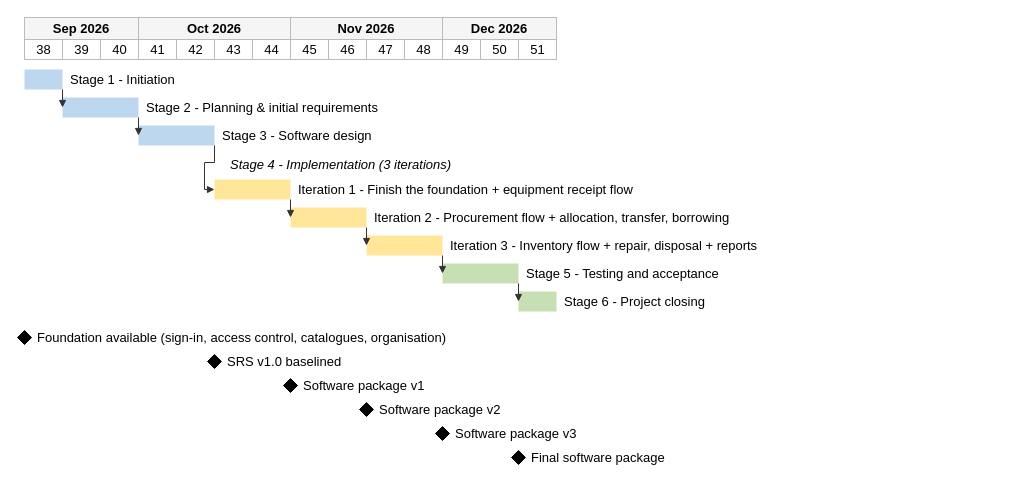
Earlier version of the draw.io diagram docs/ENG/diagram/Report 2/Project schedule.drawio (LuuDong2004/SEP490_G123_SFEMS). Source tidied: cells renumbered, new cells numbered last; positions are measured from the earlier drawing's top-left corner, leaving out a move shared by most shapes. Both pictures are drawn from the tidied source at 100%, with x=0, y=0 at pixel (17, 17).
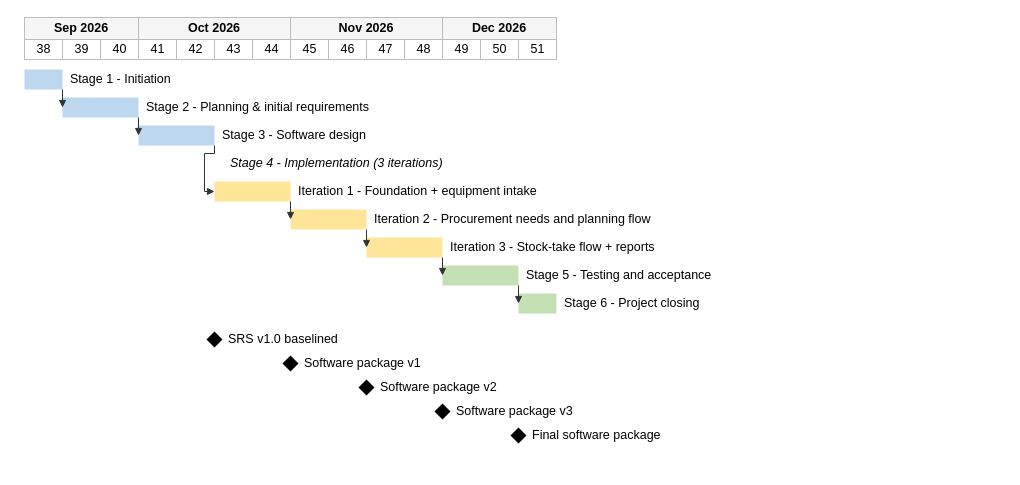
The same page after the edit.

The change refers to these unchanged cells:
```xml
<mxCell id="20" style="rounded=0;fillColor=#BDD7EE;strokeColor=none;" parent="1" vertex="1">
  <mxGeometry x="7" y="52" width="38" height="20" as="geometry" />
</mxCell>
<mxCell id="22" style="rounded=0;fillColor=#BDD7EE;strokeColor=none;" parent="1" vertex="1">
  <mxGeometry x="45" y="80" width="76" height="20" as="geometry" />
</mxCell>
<mxCell id="25" style="rounded=0;fillColor=#BDD7EE;strokeColor=none;" parent="1" vertex="1">
  <mxGeometry x="121" y="108" width="76" height="20" as="geometry" />
</mxCell>
```

Diff of the diagram source:
```diff
@@
-    <mxCell id="2" value="Sep 2026" style="rounded=0;whiteSpace=wrap;fillColor=#F5F5F5;strokeColor=#BBBBBB;fontStyle=1;fontFamily=Arial;fontSize=13;html=1;" parent="1" vertex="1">
+    <mxCell id="2" value="Sep 2026" style="rounded=0;whiteSpace=wrap;fillColor=#F5F5F5;strokeColor=#BDBDBD;fontStyle=1;fontFamily=Arial;fontSize=12.5;html=1;" parent="1" vertex="1">
       <mxGeometry x="7" width="114" height="22" as="geometry" />
     </mxCell>
-    <mxCell id="3" value="Oct 2026" style="rounded=0;whiteSpace=wrap;fillColor=#F5F5F5;strokeColor=#BBBBBB;fontStyle=1;fontFamily=Arial;fontSize=13;html=1;" parent="1" vertex="1">
+    <mxCell id="3" value="Oct 2026" style="rounded=0;whiteSpace=wrap;fillColor=#F5F5F5;strokeColor=#BDBDBD;fontStyle=1;fontFamily=Arial;fontSize=12.5;html=1;" parent="1" vertex="1">
       <mxGeometry x="121" width="152" height="22" as="geometry" />
     </mxCell>
-    <mxCell id="4" value="Nov 2026" style="rounded=0;whiteSpace=wrap;fillColor=#F5F5F5;strokeColor=#BBBBBB;fontStyle=1;fontFamily=Arial;fontSize=13;html=1;" parent="1" vertex="1">
+    <mxCell id="4" value="Nov 2026" style="rounded=0;whiteSpace=wrap;fillColor=#F5F5F5;strokeColor=#BDBDBD;fontStyle=1;fontFamily=Arial;fontSize=12.5;html=1;" parent="1" vertex="1">
       <mxGeometry x="273" width="152" height="22" as="geometry" />
     </mxCell>
-    <mxCell id="5" value="Dec 2026" style="rounded=0;whiteSpace=wrap;fillColor=#F5F5F5;strokeColor=#BBBBBB;fontStyle=1;fontFamily=Arial;fontSize=13;html=1;" parent="1" vertex="1">
+    <mxCell id="5" value="Dec 2026" style="rounded=0;whiteSpace=wrap;fillColor=#F5F5F5;strokeColor=#BDBDBD;fontStyle=1;fontFamily=Arial;fontSize=12.5;html=1;" parent="1" vertex="1">
       <mxGeometry x="425" width="114" height="22" as="geometry" />
     </mxCell>
-    <mxCell id="6" value="38" style="rounded=0;fillColor=#FFFFFF;strokeColor=#BBBBBB;fontFamily=Arial;fontSize=13;html=1;" parent="1" vertex="1">
+    <mxCell id="6" value="38" style="rounded=0;fillColor=#FFFFFF;strokeColor=#BDBDBD;fontFamily=Arial;fontSize=12.5;html=1;" parent="1" vertex="1">
       <mxGeometry x="7" y="22" width="38" height="20" as="geometry" />
     </mxCell>
-    <mxCell id="7" value="39" style="rounded=0;fillColor=#FFFFFF;strokeColor=#BBBBBB;fontFamily=Arial;fontSize=13;html=1;" parent="1" vertex="1">
+    <mxCell id="7" value="39" style="rounded=0;fillColor=#FFFFFF;strokeColor=#BDBDBD;fontFamily=Arial;fontSize=12.5;html=1;" parent="1" vertex="1">
       <mxGeometry x="45" y="22" width="38" height="20" as="geometry" />
     </mxCell>
-    <mxCell id="8" value="40" style="rounded=0;fillColor=#FFFFFF;strokeColor=#BBBBBB;fontFamily=Arial;fontSize=13;html=1;" parent="1" vertex="1">
+    <mxCell id="8" value="40" style="rounded=0;fillColor=#FFFFFF;strokeColor=#BDBDBD;fontFamily=Arial;fontSize=12.5;html=1;" parent="1" vertex="1">
       <mxGeometry x="83" y="22" width="38" height="20" as="geometry" />
     </mxCell>
-    <mxCell id="9" value="41" style="rounded=0;fillColor=#FFFFFF;strokeColor=#BBBBBB;fontFamily=Arial;fontSize=13;html=1;" parent="1" vertex="1">
+    <mxCell id="9" value="41" style="rounded=0;fillColor=#FFFFFF;strokeColor=#BDBDBD;fontFamily=Arial;fontSize=12.5;html=1;" parent="1" vertex="1">
       <mxGeometry x="121" y="22" width="38" height="20" as="geometry" />
     </mxCell>
-    <mxCell id="10" value="42" style="rounded=0;fillColor=#FFFFFF;strokeColor=#BBBBBB;fontFamily=Arial;fontSize=13;html=1;" parent="1" vertex="1">
+    <mxCell id="10" value="42" style="rounded=0;fillColor=#FFFFFF;strokeColor=#BDBDBD;fontFamily=Arial;fontSize=12.5;html=1;" parent="1" vertex="1">
       <mxGeometry x="159" y="22" width="38" height="20" as="geometry" />
     </mxCell>
-    <mxCell id="11" value="43" style="rounded=0;fillColor=#FFFFFF;strokeColor=#BBBBBB;fontFamily=Arial;fontSize=13;html=1;" parent="1" vertex="1">
+    <mxCell id="11" value="43" style="rounded=0;fillColor=#FFFFFF;strokeColor=#BDBDBD;fontFamily=Arial;fontSize=12.5;html=1;" parent="1" vertex="1">
       <mxGeometry x="197" y="22" width="38" height="20" as="geometry" />
     </mxCell>
-    <mxCell id="12" value="44" style="rounded=0;fillColor=#FFFFFF;strokeColor=#BBBBBB;fontFamily=Arial;fontSize=13;html=1;" parent="1" vertex="1">
+    <mxCell id="12" value="44" style="rounded=0;fillColor=#FFFFFF;strokeColor=#BDBDBD;fontFamily=Arial;fontSize=12.5;html=1;" parent="1" vertex="1">
       <mxGeometry x="235" y="22" width="38" height="20" as="geometry" />
     </mxCell>
-    <mxCell id="13" value="45" style="rounded=0;fillColor=#FFFFFF;strokeColor=#BBBBBB;fontFamily=Arial;fontSize=13;html=1;" parent="1" vertex="1">
+    <mxCell id="13" value="45" style="rounded=0;fillColor=#FFFFFF;strokeColor=#BDBDBD;fontFamily=Arial;fontSize=12.5;html=1;" parent="1" vertex="1">
       <mxGeometry x="273" y="22" width="38" height="20" as="geometry" />
     </mxCell>
-    <mxCell id="14" value="46" style="rounded=0;fillColor=#FFFFFF;strokeColor=#BBBBBB;fontFamily=Arial;fontSize=13;html=1;" parent="1" vertex="1">
+    <mxCell id="14" value="46" style="rounded=0;fillColor=#FFFFFF;strokeColor=#BDBDBD;fontFamily=Arial;fontSize=12.5;html=1;" parent="1" vertex="1">
       <mxGeometry x="311" y="22" width="38" height="20" as="geometry" />
     </mxCell>
-    <mxCell id="15" value="47" style="rounded=0;fillColor=#FFFFFF;strokeColor=#BBBBBB;fontFamily=Arial;fontSize=13;html=1;" parent="1" vertex="1">
+    <mxCell id="15" value="47" style="rounded=0;fillColor=#FFFFFF;strokeColor=#BDBDBD;fontFamily=Arial;fontSize=12.5;html=1;" parent="1" vertex="1">
       <mxGeometry x="349" y="22" width="38" height="20" as="geometry" />
     </mxCell>
-    <mxCell id="16" value="48" style="rounded=0;fillColor=#FFFFFF;strokeColor=#BBBBBB;fontFamily=Arial;fontSize=13;html=1;" parent="1" vertex="1">
+    <mxCell id="16" value="48" style="rounded=0;fillColor=#FFFFFF;strokeColor=#BDBDBD;fontFamily=Arial;fontSize=12.5;html=1;" parent="1" vertex="1">
       <mxGeometry x="387" y="22" width="38" height="20" as="geometry" />
     </mxCell>
-    <mxCell id="17" value="49" style="rounded=0;fillColor=#FFFFFF;strokeColor=#BBBBBB;fontFamily=Arial;fontSize=13;html=1;" parent="1" vertex="1">
+    <mxCell id="17" value="49" style="rounded=0;fillColor=#FFFFFF;strokeColor=#BDBDBD;fontFamily=Arial;fontSize=12.5;html=1;" parent="1" vertex="1">
       <mxGeometry x="425" y="22" width="38" height="20" as="geometry" />
     </mxCell>
-    <mxCell id="18" value="50" style="rounded=0;fillColor=#FFFFFF;strokeColor=#BBBBBB;fontFamily=Arial;fontSize=13;html=1;" parent="1" vertex="1">
+    <mxCell id="18" value="50" style="rounded=0;fillColor=#FFFFFF;strokeColor=#BDBDBD;fontFamily=Arial;fontSize=12.5;html=1;" parent="1" vertex="1">
       <mxGeometry x="463" y="22" width="38" height="20" as="geometry" />
     </mxCell>
-    <mxCell id="19" value="51" style="rounded=0;fillColor=#FFFFFF;strokeColor=#BBBBBB;fontFamily=Arial;fontSize=13;html=1;" parent="1" vertex="1">
+    <mxCell id="19" value="51" style="rounded=0;fillColor=#FFFFFF;strokeColor=#BDBDBD;fontFamily=Arial;fontSize=12.5;html=1;" parent="1" vertex="1">
       <mxGeometry x="501" y="22" width="38" height="20" as="geometry" />
     </mxCell>
@@
-    <mxCell id="21" value="Stage 1 - Initiation" style="text;align=left;verticalAlign=middle;fontFamily=Arial;fontSize=13;html=1;" parent="1" vertex="1">
-      <mxGeometry x="51" y="52" width="420" height="20" as="geometry" />
+    <mxCell id="21" value="Stage 1 - Initiation" style="text;align=left;verticalAlign=middle;spacingLeft=0;fontFamily=Arial;fontSize=12.5;html=1;" parent="1" vertex="1">
+      <mxGeometry x="51" y="52" width="440" height="20" as="geometry" />
     </mxCell>
@@
-    <mxCell id="23" value="Stage 2 - Planning &amp; initial requirements" style="text;align=left;verticalAlign=middle;fontFamily=Arial;fontSize=13;html=1;" parent="1" vertex="1">
-      <mxGeometry x="127" y="80" width="420" height="20" as="geometry" />
+    <mxCell id="23" value="Stage 2 - Planning &amp; initial requirements" style="text;align=left;verticalAlign=middle;spacingLeft=0;fontFamily=Arial;fontSize=12.5;html=1;" parent="1" vertex="1">
+      <mxGeometry x="127" y="80" width="440" height="20" as="geometry" />
     </mxCell>
-    <mxCell id="24" style="edgeStyle=orthogonalEdgeStyle;rounded=0;endArrow=block;endSize=5;strokeColor=#333333;exitX=1;exitY=1;entryX=0;entryY=0.5;" parent="1" edge="1" source="20" target="22">
+    <mxCell id="24" style="edgeStyle=orthogonalEdgeStyle;rounded=0;endArrow=block;endFill=1;endSize=5;strokeColor=#333333;exitX=1;exitY=1;exitDx=0;exitDy=0;entryX=0;entryY=0.5;entryDx=0;entryDy=0;" parent="1" edge="1" source="20" target="22">
       <mxGeometry relative="1" as="geometry" />
     </mxCell>
@@
-    <mxCell id="26" value="Stage 3 - Software design" style="text;align=left;verticalAlign=middle;fontFamily=Arial;fontSize=13;html=1;" parent="1" vertex="1">
-      <mxGeometry x="203" y="108" width="420" height="20" as="geometry" />
+    <mxCell id="26" value="Stage 3 - Software design" style="text;align=left;verticalAlign=middle;spacingLeft=0;fontFamily=Arial;fontSize=12.5;html=1;" parent="1" vertex="1">
+      <mxGeometry x="203" y="108" width="440" height="20" as="geometry" />
     </mxCell>
-    <mxCell id="27" style="edgeStyle=orthogonalEdgeStyle;rounded=0;endArrow=block;endSize=5;strokeColor=#333333;exitX=1;exitY=1;entryX=0;entryY=0.5;" parent="1" edge="1" source="22" target="25">
+    <mxCell id="27" style="edgeStyle=orthogonalEdgeStyle;rounded=0;endArrow=block;endFill=1;endSize=5;strokeColor=#333333;exitX=1;exitY=1;exitDx=0;exitDy=0;entryX=0;entryY=0.5;entryDx=0;entryDy=0;" parent="1" edge="1" source="22" target="25">
       <mxGeometry relative="1" as="geometry" />
     </mxCell>
-    <mxCell id="28" value="Stage 4 - Implementation (3 iterations)" style="text;align=left;verticalAlign=middle;fontFamily=Arial;fontSize=13;html=1;fontStyle=2;" parent="1" vertex="1">
-      <mxGeometry x="211" y="136" width="300" height="22" as="geometry" />
-    </mxCell>
-    <mxCell id="29" style="rounded=0;fillColor=#FFE699;strokeColor=none;" parent="1" vertex="1">
-      <mxGeometry x="197" y="162" width="76" height="20" as="geometry" />
+    <mxCell id="29" style="rounded=0;fillColor=#FFE599;strokeColor=none;" parent="1" vertex="1">
+      <mxGeometry x="197" y="164" width="76" height="20" as="geometry" />
     </mxCell>
-    <mxCell id="30" value="Iteration 1 - Finish the foundation + equipment receipt flow" style="text;align=left;verticalAlign=middle;fontFamily=Arial;fontSize=13;html=1;" parent="1" vertex="1">
-      <mxGeometry x="279" y="162" width="420" height="20" as="geometry" />
+    <mxCell id="30" value="Iteration 1 - Foundation + equipment intake" style="text;align=left;verticalAlign=middle;spacingLeft=0;fontFamily=Arial;fontSize=12.5;html=1;" parent="1" vertex="1">
+      <mxGeometry x="279" y="164" width="440" height="20" as="geometry" />
     </mxCell>
-    <mxCell id="31" style="edgeStyle=orthogonalEdgeStyle;rounded=0;endArrow=block;endSize=5;strokeColor=#333333;exitX=1;exitY=1;entryX=0;entryY=0.5;" parent="1" edge="1" source="25" target="29">
-      <mxGeometry relative="1" as="geometry" />
+    <mxCell id="31" style="edgeStyle=orthogonalEdgeStyle;rounded=0;endArrow=block;endFill=1;endSize=5;strokeColor=#333333;exitX=1;exitY=1;exitDx=0;exitDy=0;entryX=0;entryY=0.5;entryDx=0;entryDy=0;" parent="1" edge="1" source="25" target="29">
+      <mxGeometry relative="1" as="geometry">
+        <Array as="points">
+          <mxPoint x="187" y="136" />
+          <mxPoint x="187" y="174" />
+        </Array>
+      </mxGeometry>
     </mxCell>
-    <mxCell id="32" style="rounded=0;fillColor=#FFE699;strokeColor=none;" parent="1" vertex="1">
-      <mxGeometry x="273" y="190" width="76" height="20" as="geometry" />
+    <mxCell id="32" style="rounded=0;fillColor=#FFE599;strokeColor=none;" parent="1" vertex="1">
+      <mxGeometry x="273" y="192" width="76" height="20" as="geometry" />
     </mxCell>
-    <mxCell id="33" value="Iteration 2 - Procurement flow + allocation, transfer, borrowing" style="text;align=left;verticalAlign=middle;fontFamily=Arial;fontSize=13;html=1;" parent="1" vertex="1">
-      <mxGeometry x="355" y="190" width="420" height="20" as="geometry" />
+    <mxCell id="33" value="Iteration 2 - Procurement needs and planning flow" style="text;align=left;verticalAlign=middle;spacingLeft=0;fontFamily=Arial;fontSize=12.5;html=1;" parent="1" vertex="1">
+      <mxGeometry x="355" y="192" width="440" height="20" as="geometry" />
     </mxCell>
-    <mxCell id="34" style="edgeStyle=orthogonalEdgeStyle;rounded=0;endArrow=block;endSize=5;strokeColor=#333333;exitX=1;exitY=1;entryX=0;entryY=0.5;" parent="1" edge="1" source="29" target="32">
+    <mxCell id="34" style="edgeStyle=orthogonalEdgeStyle;rounded=0;endArrow=block;endFill=1;endSize=5;strokeColor=#333333;exitX=1;exitY=1;exitDx=0;exitDy=0;entryX=0;entryY=0.5;entryDx=0;entryDy=0;" parent="1" edge="1" source="29" target="32">
       <mxGeometry relative="1" as="geometry" />
     </mxCell>
-    <mxCell id="35" style="rounded=0;fillColor=#FFE699;strokeColor=none;" parent="1" vertex="1">
-      <mxGeometry x="349" y="218" width="76" height="20" as="geometry" />
+    <mxCell id="35" style="rounded=0;fillColor=#FFE599;strokeColor=none;" parent="1" vertex="1">
+      <mxGeometry x="349" y="220" width="76" height="20" as="geometry" />
     </mxCell>
-    <mxCell id="36" value="Iteration 3 - Inventory flow + repair, disposal + reports" style="text;align=left;verticalAlign=middle;fontFamily=Arial;fontSize=13;html=1;" parent="1" vertex="1">
-      <mxGeometry x="431" y="218" width="420" height="20" as="geometry" />
+    <mxCell id="36" value="Iteration 3 - Stock-take flow + reports" style="text;align=left;verticalAlign=middle;spacingLeft=0;fontFamily=Arial;fontSize=12.5;html=1;" parent="1" vertex="1">
+      <mxGeometry x="431" y="220" width="440" height="20" as="geometry" />
     </mxCell>
-    <mxCell id="37" style="edgeStyle=orthogonalEdgeStyle;rounded=0;endArrow=block;endSize=5;strokeColor=#333333;exitX=1;exitY=1;entryX=0;entryY=0.5;" parent="1" edge="1" source="32" target="35">
+    <mxCell id="37" style="edgeStyle=orthogonalEdgeStyle;rounded=0;endArrow=block;endFill=1;endSize=5;strokeColor=#333333;exitX=1;exitY=1;exitDx=0;exitDy=0;entryX=0;entryY=0.5;entryDx=0;entryDy=0;" parent="1" edge="1" source="32" target="35">
       <mxGeometry relative="1" as="geometry" />
     </mxCell>
-    <mxCell id="38" style="rounded=0;fillColor=#C6E0B4;strokeColor=none;" parent="1" vertex="1">
-      <mxGeometry x="425" y="246" width="76" height="20" as="geometry" />
+    <mxCell id="38" style="rounded=0;fillColor=#C5E0B4;strokeColor=none;" parent="1" vertex="1">
+      <mxGeometry x="425" y="248" width="76" height="20" as="geometry" />
     </mxCell>
-    <mxCell id="39" value="Stage 5 - Testing and acceptance" style="text;align=left;verticalAlign=middle;fontFamily=Arial;fontSize=13;html=1;" parent="1" vertex="1">
-      <mxGeometry x="507" y="246" width="420" height="20" as="geometry" />
+    <mxCell id="39" value="Stage 5 - Testing and acceptance" style="text;align=left;verticalAlign=middle;spacingLeft=0;fontFamily=Arial;fontSize=12.5;html=1;" parent="1" vertex="1">
+      <mxGeometry x="507" y="248" width="440" height="20" as="geometry" />
     </mxCell>
-    <mxCell id="40" style="edgeStyle=orthogonalEdgeStyle;rounded=0;endArrow=block;endSize=5;strokeColor=#333333;exitX=1;exitY=1;entryX=0;entryY=0.5;" parent="1" edge="1" source="35" target="38">
+    <mxCell id="40" style="edgeStyle=orthogonalEdgeStyle;rounded=0;endArrow=block;endFill=1;endSize=5;strokeColor=#333333;exitX=1;exitY=1;exitDx=0;exitDy=0;entryX=0;entryY=0.5;entryDx=0;entryDy=0;" parent="1" edge="1" source="35" target="38">
       <mxGeometry relative="1" as="geometry" />
     </mxCell>
-    <mxCell id="41" style="rounded=0;fillColor=#C6E0B4;strokeColor=none;" parent="1" vertex="1">
-      <mxGeometry x="501" y="274" width="38" height="20" as="geometry" />
+    <mxCell id="41" style="rounded=0;fillColor=#C5E0B4;strokeColor=none;" parent="1" vertex="1">
+      <mxGeometry x="501" y="276" width="38" height="20" as="geometry" />
     </mxCell>
-    <mxCell id="42" value="Stage 6 - Project closing" style="text;align=left;verticalAlign=middle;fontFamily=Arial;fontSize=13;html=1;" parent="1" vertex="1">
-      <mxGeometry x="545" y="274" width="420" height="20" as="geometry" />
+    <mxCell id="42" value="Stage 6 - Project closing" style="text;align=left;verticalAlign=middle;spacingLeft=0;fontFamily=Arial;fontSize=12.5;html=1;" parent="1" vertex="1">
+      <mxGeometry x="545" y="276" width="440" height="20" as="geometry" />
     </mxCell>
-    <mxCell id="43" style="edgeStyle=orthogonalEdgeStyle;rounded=0;endArrow=block;endSize=5;strokeColor=#333333;exitX=1;exitY=1;entryX=0;entryY=0.5;" parent="1" edge="1" source="38" target="41">
+    <mxCell id="43" style="edgeStyle=orthogonalEdgeStyle;rounded=0;endArrow=block;endFill=1;endSize=5;strokeColor=#333333;exitX=1;exitY=1;exitDx=0;exitDy=0;entryX=0;entryY=0.5;entryDx=0;entryDy=0;" parent="1" edge="1" source="38" target="41">
       <mxGeometry relative="1" as="geometry" />
     </mxCell>
+    <mxCell id="28" value="Stage 4 - Implementation (3 iterations)" style="text;align=left;verticalAlign=middle;fontStyle=2;fontFamily=Arial;fontSize=12.5;html=1;" parent="1" vertex="1">
+      <mxGeometry x="211" y="136" width="360" height="20" as="geometry" />
+    </mxCell>
-    <mxCell id="44" style="rhombus;fillColor=#000000;strokeColor=#000000;" parent="1" vertex="1">
-      <mxGeometry y="313" width="14" height="14" as="geometry" />
+    <mxCell id="44" style="rhombus;fillColor=#000000;strokeColor=none;" parent="1" vertex="1">
+      <mxGeometry x="189" y="314" width="16" height="16" as="geometry" />
     </mxCell>
-    <mxCell id="45" value="Foundation available (sign-in, access control, catalogues, organisation)" style="text;align=left;verticalAlign=middle;fontFamily=Arial;fontSize=13;html=1;" parent="1" vertex="1">
-      <mxGeometry x="18" y="310" width="420" height="20" as="geometry" />
+    <mxCell id="45" value="SRS v1.0 baselined" style="text;align=left;verticalAlign=middle;fontFamily=Arial;fontSize=12.5;html=1;" parent="1" vertex="1">
+      <mxGeometry x="209" y="312" width="360" height="20" as="geometry" />
     </mxCell>
-    <mxCell id="46" style="rhombus;fillColor=#000000;strokeColor=#000000;" parent="1" vertex="1">
-      <mxGeometry x="190" y="337" width="14" height="14" as="geometry" />
+    <mxCell id="46" style="rhombus;fillColor=#000000;strokeColor=none;" parent="1" vertex="1">
+      <mxGeometry x="265" y="338" width="16" height="16" as="geometry" />
     </mxCell>
-    <mxCell id="47" value="SRS v1.0 baselined" style="text;align=left;verticalAlign=middle;fontFamily=Arial;fontSize=13;html=1;" parent="1" vertex="1">
-      <mxGeometry x="208" y="334" width="420" height="20" as="geometry" />
+    <mxCell id="47" value="Software package v1" style="text;align=left;verticalAlign=middle;fontFamily=Arial;fontSize=12.5;html=1;" parent="1" vertex="1">
+      <mxGeometry x="285" y="336" width="360" height="20" as="geometry" />
     </mxCell>
-    <mxCell id="48" style="rhombus;fillColor=#000000;strokeColor=#000000;" parent="1" vertex="1">
-      <mxGeometry x="266" y="361" width="14" height="14" as="geometry" />
+    <mxCell id="48" style="rhombus;fillColor=#000000;strokeColor=none;" parent="1" vertex="1">
+      <mxGeometry x="341" y="362" width="16" height="16" as="geometry" />
     </mxCell>
-    <mxCell id="49" value="Software package v1" style="text;align=left;verticalAlign=middle;fontFamily=Arial;fontSize=13;html=1;" parent="1" vertex="1">
-      <mxGeometry x="284" y="358" width="420" height="20" as="geometry" />
+    <mxCell id="49" value="Software package v2" style="text;align=left;verticalAlign=middle;fontFamily=Arial;fontSize=12.5;html=1;" parent="1" vertex="1">
+      <mxGeometry x="361" y="360" width="360" height="20" as="geometry" />
     </mxCell>
-    <mxCell id="50" style="rhombus;fillColor=#000000;strokeColor=#000000;" parent="1" vertex="1">
-      <mxGeometry x="342" y="385" width="14" height="14" as="geometry" />
+    <mxCell id="50" style="rhombus;fillColor=#000000;strokeColor=none;" parent="1" vertex="1">
+      <mxGeometry x="417" y="386" width="16" height="16" as="geometry" />
     </mxCell>
-    <mxCell id="51" value="Software package v2" style="text;align=left;verticalAlign=middle;fontFamily=Arial;fontSize=13;html=1;" parent="1" vertex="1">
-      <mxGeometry x="360" y="382" width="420" height="20" as="geometry" />
+    <mxCell id="51" value="Software package v3" style="text;align=left;verticalAlign=middle;fontFamily=Arial;fontSize=12.5;html=1;" parent="1" vertex="1">
+      <mxGeometry x="437" y="384" width="360" height="20" as="geometry" />
     </mxCell>
-    <mxCell id="52" style="rhombus;fillColor=#000000;strokeColor=#000000;" parent="1" vertex="1">
-      <mxGeometry x="418" y="409" width="14" height="14" as="geometry" />
+    <mxCell id="52" style="rhombus;fillColor=#000000;strokeColor=none;" parent="1" vertex="1">
+      <mxGeometry x="493" y="410" width="16" height="16" as="geometry" />
     </mxCell>
-    <mxCell id="53" value="Software package v3" style="text;align=left;verticalAlign=middle;fontFamily=Arial;fontSize=13;html=1;" parent="1" vertex="1">
-      <mxGeometry x="436" y="406" width="420" height="20" as="geometry" />
+    <mxCell id="53" value="Final software package" style="text;align=left;verticalAlign=middle;fontFamily=Arial;fontSize=12.5;html=1;" parent="1" vertex="1">
+      <mxGeometry x="513" y="408" width="360" height="20" as="geometry" />
     </mxCell>
-    <mxCell id="54" style="rhombus;fillColor=#000000;strokeColor=#000000;" parent="1" vertex="1">
-      <mxGeometry x="494" y="433" width="14" height="14" as="geometry" />
-    </mxCell>
-    <mxCell id="55" value="Final software package" style="text;align=left;verticalAlign=middle;fontFamily=Arial;fontSize=13;html=1;" parent="1" vertex="1">
-      <mxGeometry x="512" y="430" width="420" height="20" as="geometry" />
-    </mxCell>
```
